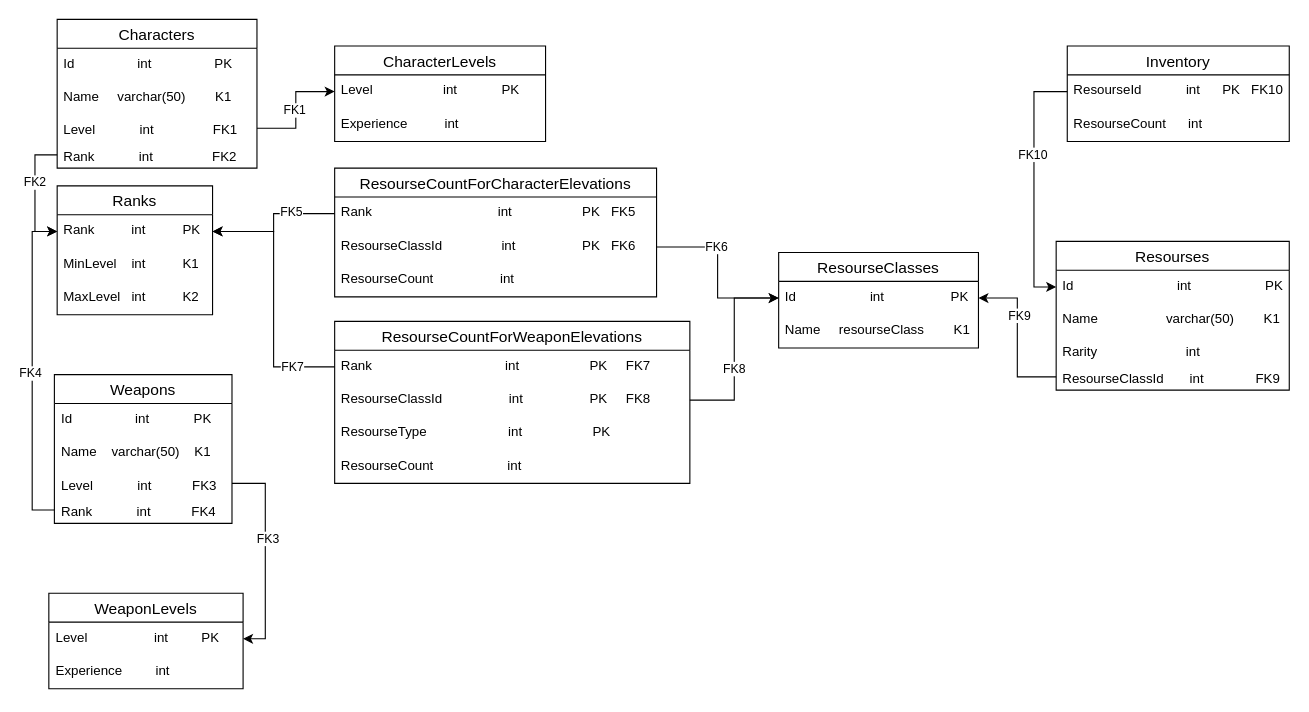
Above: project/models/PDM.drawio in Matrixoid/itmo-database-course (draw.io), before the change. Source tidied: cells renumbered, new cells numbered last; positions are measured from the earlier drawing's top-left corner, leaving out a move shared by most shapes. Both pictures are drawn from the tidied source at 111%, with x=0, y=0 at pixel (34, 19).
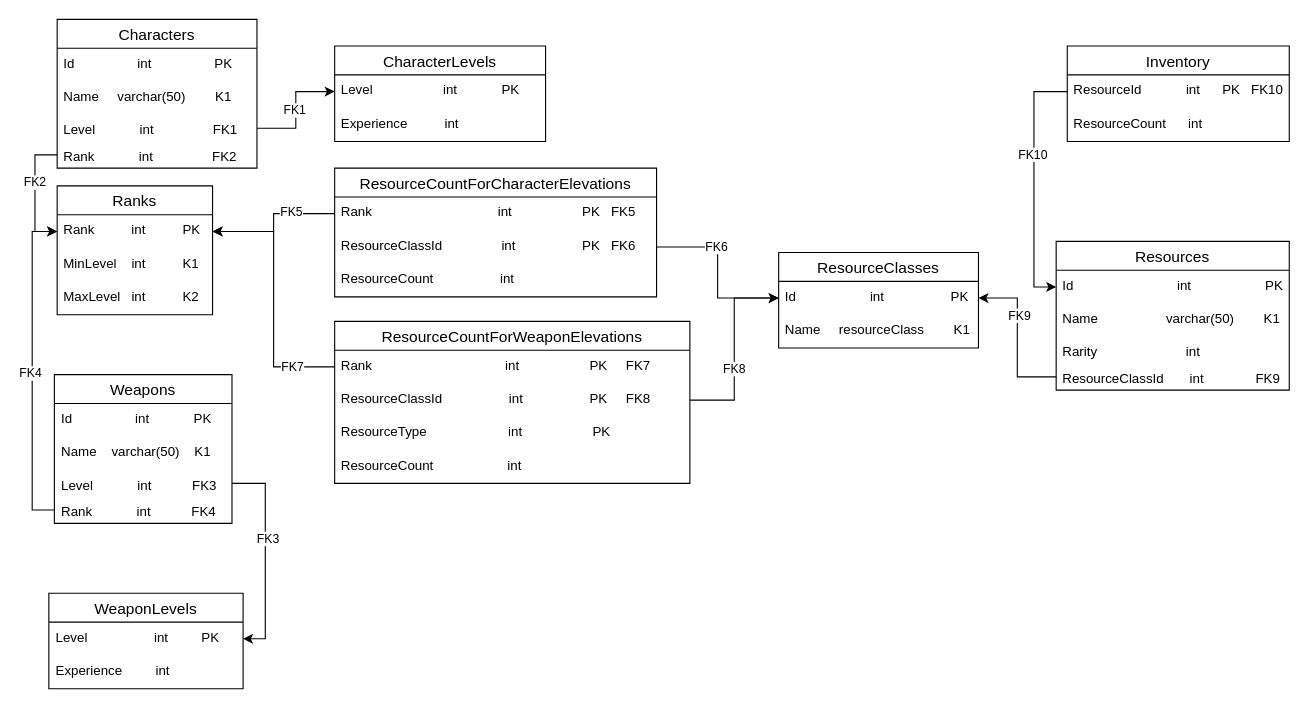
The same page after the edit.

The change refers to these unchanged cells:
```xml
<mxCell id="35" value="Inventory" style="swimlane;fontStyle=0;horizontal=1;startSize=26;align=center;fontSize=14;" parent="1" vertex="1">
  <mxGeometry x="930" y="24" width="200" height="86" as="geometry" />
</mxCell>
```

What changed in the source:
```diff
@@
-    <mxCell id="7" value="Resourses" style="swimlane;fontStyle=0;horizontal=1;startSize=26;align=center;fontSize=14;" parent="1" vertex="1">
+    <mxCell id="7" value="Resources" style="swimlane;fontStyle=0;horizontal=1;startSize=26;align=center;fontSize=14;" parent="1" vertex="1">
       <mxGeometry x="920" y="200" width="210" height="134" as="geometry" />
     </mxCell>
@@
-    <mxCell id="11" value="ResourseClassId&amp;nbsp; &amp;nbsp; &amp;nbsp; &amp;nbsp;int&amp;nbsp; &amp;nbsp; &amp;nbsp; &amp;nbsp; &amp;nbsp; &amp;nbsp; &amp;nbsp; FK9" style="text;strokeColor=none;fillColor=none;spacingLeft=4;spacingRight=4;overflow=hidden;points=[[0,0.5],[1,0.5]];portConstraint=eastwest;fontSize=12;whiteSpace=wrap;html=1;" parent="7" vertex="1">
+    <mxCell id="11" value="ResourceClassId&amp;nbsp; &amp;nbsp; &amp;nbsp; &amp;nbsp;int&amp;nbsp; &amp;nbsp; &amp;nbsp; &amp;nbsp; &amp;nbsp; &amp;nbsp; &amp;nbsp; FK9" style="text;strokeColor=none;fillColor=none;spacingLeft=4;spacingRight=4;overflow=hidden;points=[[0,0.5],[1,0.5]];portConstraint=eastwest;fontSize=12;whiteSpace=wrap;html=1;" parent="7" vertex="1">
       <mxGeometry y="110" width="210" height="24" as="geometry" />
     </mxCell>
-    <mxCell id="12" value="ResourseClasses" style="swimlane;fontStyle=0;horizontal=1;startSize=26;align=center;fontSize=14;" parent="1" vertex="1">
+    <mxCell id="12" value="ResourceClasses" style="swimlane;fontStyle=0;horizontal=1;startSize=26;align=center;fontSize=14;" parent="1" vertex="1">
       <mxGeometry x="670" y="210" width="180" height="86" as="geometry" />
     </mxCell>
@@
-    <mxCell id="14" value="Name&amp;nbsp; &amp;nbsp; &amp;nbsp;resourseClass&amp;nbsp; &amp;nbsp; &amp;nbsp; &amp;nbsp; K1" style="text;strokeColor=none;fillColor=none;spacingLeft=4;spacingRight=4;overflow=hidden;fontSize=12;whiteSpace=wrap;html=1;" parent="12" vertex="1">
+    <mxCell id="14" value="Name&amp;nbsp; &amp;nbsp; &amp;nbsp;resourceClass&amp;nbsp; &amp;nbsp; &amp;nbsp; &amp;nbsp; K1" style="text;strokeColor=none;fillColor=none;spacingLeft=4;spacingRight=4;overflow=hidden;fontSize=12;whiteSpace=wrap;html=1;" parent="12" vertex="1">
       <mxGeometry y="56" width="180" height="30" as="geometry" />
     </mxCell>
-    <mxCell id="15" value="ResourseCountForCharacterElevations" style="swimlane;fontStyle=0;horizontal=1;startSize=26;align=center;fontSize=14;" parent="1" vertex="1">
+    <mxCell id="15" value="ResourceCountForCharacterElevations" style="swimlane;fontStyle=0;horizontal=1;startSize=26;align=center;fontSize=14;" parent="1" vertex="1">
       <mxGeometry x="270" y="134" width="290" height="116" as="geometry" />
     </mxCell>
@@
-    <mxCell id="17" value="ResourseClassId&amp;nbsp; &amp;nbsp; &amp;nbsp; &amp;nbsp; &amp;nbsp; &amp;nbsp; &amp;nbsp; &amp;nbsp; int&amp;nbsp; &amp;nbsp; &amp;nbsp; &amp;nbsp; &amp;nbsp; &amp;nbsp; &amp;nbsp; &amp;nbsp; &amp;nbsp; PK&amp;nbsp; &amp;nbsp;FK6" style="text;strokeColor=none;fillColor=none;spacingLeft=4;spacingRight=4;overflow=hidden;points=[[0,0.5],[1,0.5]];portConstraint=eastwest;fontSize=12;whiteSpace=wrap;html=1;" parent="15" vertex="1">
+    <mxCell id="17" value="ResourceClassId&amp;nbsp; &amp;nbsp; &amp;nbsp; &amp;nbsp; &amp;nbsp; &amp;nbsp; &amp;nbsp; &amp;nbsp; int&amp;nbsp; &amp;nbsp; &amp;nbsp; &amp;nbsp; &amp;nbsp; &amp;nbsp; &amp;nbsp; &amp;nbsp; &amp;nbsp; PK&amp;nbsp; &amp;nbsp;FK6" style="text;strokeColor=none;fillColor=none;spacingLeft=4;spacingRight=4;overflow=hidden;points=[[0,0.5],[1,0.5]];portConstraint=eastwest;fontSize=12;whiteSpace=wrap;html=1;" parent="15" vertex="1">
       <mxGeometry y="56" width="290" height="30" as="geometry" />
     </mxCell>
-    <mxCell id="18" value="ResourseCount&amp;nbsp; &amp;nbsp; &amp;nbsp; &amp;nbsp; &amp;nbsp; &amp;nbsp; &amp;nbsp; &amp;nbsp; &amp;nbsp; int" style="text;strokeColor=none;fillColor=none;spacingLeft=4;spacingRight=4;overflow=hidden;fontSize=12;whiteSpace=wrap;html=1;" parent="15" vertex="1">
+    <mxCell id="18" value="ResourceCount&amp;nbsp; &amp;nbsp; &amp;nbsp; &amp;nbsp; &amp;nbsp; &amp;nbsp; &amp;nbsp; &amp;nbsp; &amp;nbsp; int" style="text;strokeColor=none;fillColor=none;spacingLeft=4;spacingRight=4;overflow=hidden;fontSize=12;whiteSpace=wrap;html=1;" parent="15" vertex="1">
       <mxGeometry y="86" width="290" height="30" as="geometry" />
     </mxCell>
@@
-    <mxCell id="27" value="ResourseCountForWeaponElevations" style="swimlane;fontStyle=0;horizontal=1;startSize=26;align=center;fontSize=14;" parent="1" vertex="1">
+    <mxCell id="27" value="ResourceCountForWeaponElevations" style="swimlane;fontStyle=0;horizontal=1;startSize=26;align=center;fontSize=14;" parent="1" vertex="1">
       <mxGeometry x="270" y="272" width="320" height="146" as="geometry" />
     </mxCell>
@@
-    <mxCell id="29" value="ResourseClassId&amp;nbsp; &amp;nbsp; &amp;nbsp; &amp;nbsp; &amp;nbsp; &amp;nbsp; &amp;nbsp; &amp;nbsp; &amp;nbsp; int&amp;nbsp; &amp;nbsp; &amp;nbsp; &amp;nbsp; &amp;nbsp; &amp;nbsp; &amp;nbsp; &amp;nbsp; &amp;nbsp; PK&amp;nbsp; &amp;nbsp; &amp;nbsp;FK8" style="text;strokeColor=none;fillColor=none;spacingLeft=4;spacingRight=4;overflow=hidden;points=[[0,0.5],[1,0.5]];portConstraint=eastwest;fontSize=12;whiteSpace=wrap;html=1;" parent="27" vertex="1">
+    <mxCell id="29" value="ResourceClassId&amp;nbsp; &amp;nbsp; &amp;nbsp; &amp;nbsp; &amp;nbsp; &amp;nbsp; &amp;nbsp; &amp;nbsp; &amp;nbsp; int&amp;nbsp; &amp;nbsp; &amp;nbsp; &amp;nbsp; &amp;nbsp; &amp;nbsp; &amp;nbsp; &amp;nbsp; &amp;nbsp; PK&amp;nbsp; &amp;nbsp; &amp;nbsp;FK8" style="text;strokeColor=none;fillColor=none;spacingLeft=4;spacingRight=4;overflow=hidden;points=[[0,0.5],[1,0.5]];portConstraint=eastwest;fontSize=12;whiteSpace=wrap;html=1;" parent="27" vertex="1">
       <mxGeometry y="56" width="320" height="30" as="geometry" />
     </mxCell>
-    <mxCell id="30" value="ResourseType&amp;nbsp; &amp;nbsp; &amp;nbsp; &amp;nbsp; &amp;nbsp; &amp;nbsp; &amp;nbsp; &amp;nbsp; &amp;nbsp; &amp;nbsp; &amp;nbsp; int&amp;nbsp; &amp;nbsp; &amp;nbsp; &amp;nbsp; &amp;nbsp; &amp;nbsp; &amp;nbsp; &amp;nbsp; &amp;nbsp; &amp;nbsp;PK" style="text;strokeColor=none;fillColor=none;spacingLeft=4;spacingRight=4;overflow=hidden;fontSize=12;whiteSpace=wrap;html=1;" parent="27" vertex="1">
+    <mxCell id="30" value="ResourceType&amp;nbsp; &amp;nbsp; &amp;nbsp; &amp;nbsp; &amp;nbsp; &amp;nbsp; &amp;nbsp; &amp;nbsp; &amp;nbsp; &amp;nbsp; &amp;nbsp; int&amp;nbsp; &amp;nbsp; &amp;nbsp; &amp;nbsp; &amp;nbsp; &amp;nbsp; &amp;nbsp; &amp;nbsp; &amp;nbsp; &amp;nbsp;PK" style="text;strokeColor=none;fillColor=none;spacingLeft=4;spacingRight=4;overflow=hidden;fontSize=12;whiteSpace=wrap;html=1;" parent="27" vertex="1">
       <mxGeometry y="86" width="320" height="30" as="geometry" />
     </mxCell>
-    <mxCell id="31" value="ResourseCount&amp;nbsp; &amp;nbsp; &amp;nbsp; &amp;nbsp; &amp;nbsp; &amp;nbsp; &amp;nbsp; &amp;nbsp; &amp;nbsp; &amp;nbsp; int" style="text;strokeColor=none;fillColor=none;spacingLeft=4;spacingRight=4;overflow=hidden;fontSize=12;whiteSpace=wrap;html=1;" parent="27" vertex="1">
+    <mxCell id="31" value="ResourceCount&amp;nbsp; &amp;nbsp; &amp;nbsp; &amp;nbsp; &amp;nbsp; &amp;nbsp; &amp;nbsp; &amp;nbsp; &amp;nbsp; &amp;nbsp; int" style="text;strokeColor=none;fillColor=none;spacingLeft=4;spacingRight=4;overflow=hidden;fontSize=12;whiteSpace=wrap;html=1;" parent="27" vertex="1">
       <mxGeometry y="116" width="320" height="30" as="geometry" />
     </mxCell>
@@
-    <mxCell id="36" value="ResourseId&amp;nbsp; &amp;nbsp; &amp;nbsp; &amp;nbsp; &amp;nbsp; &amp;nbsp; int&amp;nbsp; &amp;nbsp; &amp;nbsp; PK&amp;nbsp; &amp;nbsp;FK10" style="text;strokeColor=none;fillColor=none;spacingLeft=4;spacingRight=4;overflow=hidden;points=[[0,0.5],[1,0.5]];portConstraint=eastwest;fontSize=12;whiteSpace=wrap;html=1;" parent="35" vertex="1">
+    <mxCell id="36" value="ResourceId&amp;nbsp; &amp;nbsp; &amp;nbsp; &amp;nbsp; &amp;nbsp; &amp;nbsp; int&amp;nbsp; &amp;nbsp; &amp;nbsp; PK&amp;nbsp; &amp;nbsp;FK10" style="text;strokeColor=none;fillColor=none;spacingLeft=4;spacingRight=4;overflow=hidden;points=[[0,0.5],[1,0.5]];portConstraint=eastwest;fontSize=12;whiteSpace=wrap;html=1;" parent="35" vertex="1">
       <mxGeometry y="26" width="200" height="30" as="geometry" />
     </mxCell>
-    <mxCell id="37" value="ResourseCount&amp;nbsp; &amp;nbsp; &amp;nbsp; int" style="text;strokeColor=none;fillColor=none;spacingLeft=4;spacingRight=4;overflow=hidden;fontSize=12;whiteSpace=wrap;html=1;" parent="35" vertex="1">
+    <mxCell id="37" value="ResourceCount&amp;nbsp; &amp;nbsp; &amp;nbsp; int" style="text;strokeColor=none;fillColor=none;spacingLeft=4;spacingRight=4;overflow=hidden;fontSize=12;whiteSpace=wrap;html=1;" parent="35" vertex="1">
       <mxGeometry y="56" width="200" height="30" as="geometry" />
     </mxCell>
```
